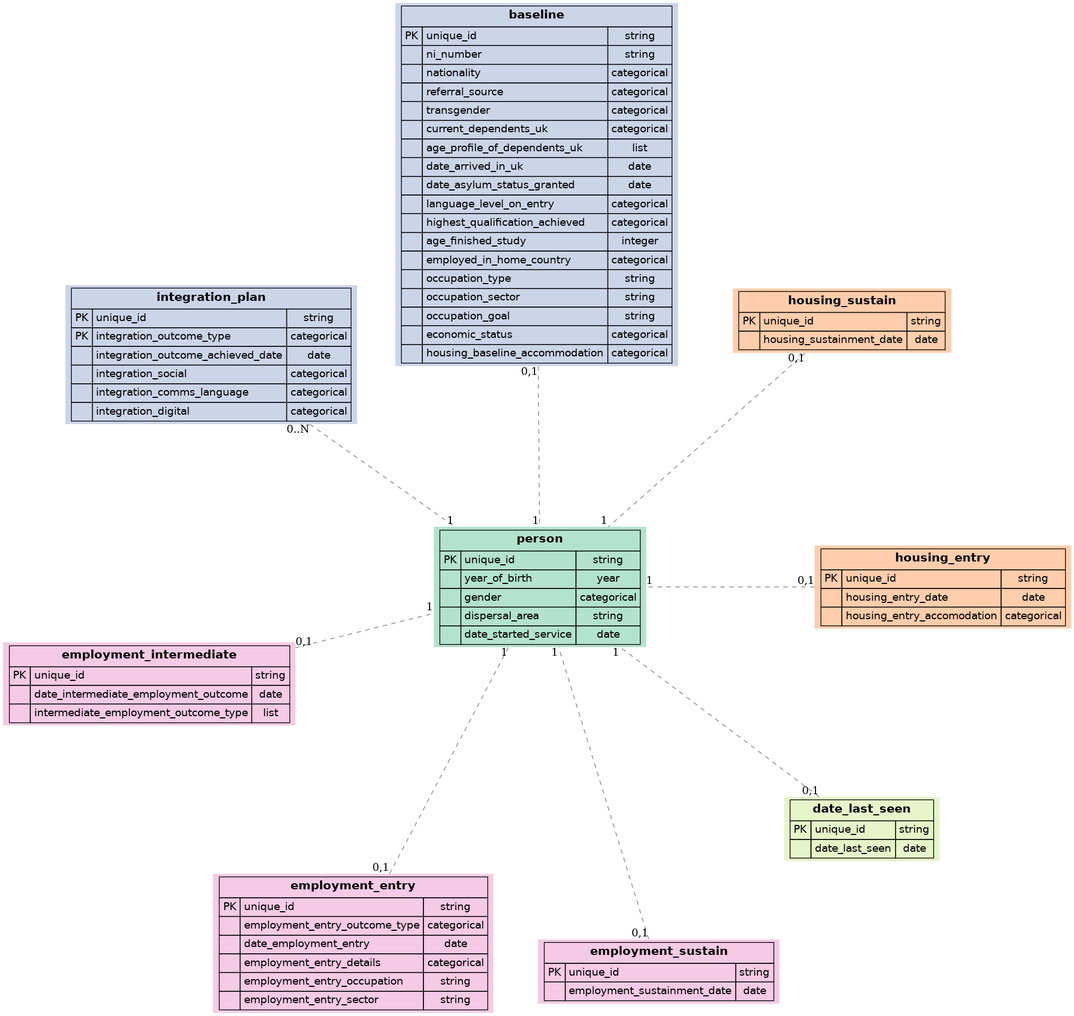
Earlier version of the Graphviz export assets/spec/record-relationships.png (SocialFinanceDigitalLabs/RTOF-specification). Its source is kept beside it as assets/spec/record-relationships.dot. Its diagram source:
```dot
graph {
    graph [rankdir=RL];
    node [label="\N",
        shape=plaintext
    ];
    edge [color=gray50,
        minlen=2,
        style=dashed
    ];



"person" [id="person", fillcolor="#b3e2cd", style="filled", label=<<FONT FACE="Helvetica">
    <TABLE BORDER="0" CELLBORDER="1" CELLPADDING="4" CELLSPACING="0">
        <TR>
            <TD COLSPAN="3"><B><FONT POINT-SIZE="16">person</FONT></B></TD>
        </TR>

        <TR>
            <TD>PK</TD>
            <TD ALIGN="LEFT">unique_id</TD>
            <TD ALIGN="CENTER">string</TD>
        </TR>
        <TR>
            <TD></TD>
            <TD ALIGN="LEFT">year_of_birth</TD>
            <TD ALIGN="CENTER">year</TD>
        </TR>
        <TR>
            <TD></TD>
            <TD ALIGN="LEFT">gender</TD>
            <TD ALIGN="CENTER">categorical</TD>
        </TR>
        <TR>
            <TD></TD>
            <TD ALIGN="LEFT">dispersal_area</TD>
            <TD ALIGN="CENTER">string</TD>
        </TR>
        <TR>
            <TD></TD>
            <TD ALIGN="LEFT">date_started_service</TD>
            <TD ALIGN="CENTER">date</TD>
        </TR>
    </TABLE>
</FONT>>];


"housing_entry" [id="housing_entry", fillcolor="#fdcdac", style="filled", label=<<FONT FACE="Helvetica">
    <TABLE BORDER="0" CELLBORDER="1" CELLPADDING="4" CELLSPACING="0">
        <TR>
            <TD COLSPAN="3"><B><FONT POINT-SIZE="16">housing_entry</FONT></B></TD>
        </TR>

        <TR>
            <TD>PK</TD>
            <TD ALIGN="LEFT">unique_id</TD>
            <TD ALIGN="CENTER">string</TD>
        </TR>
        <TR>
            <TD></TD>
            <TD ALIGN="LEFT">housing_entry_date</TD>
            <TD ALIGN="CENTER">date</TD>
        </TR>
        <TR>
            <TD></TD>
            <TD ALIGN="LEFT">housing_entry_accomodation</TD>
            <TD ALIGN="CENTER">categorical</TD>
        </TR>
    </TABLE>
</FONT>>];


"housing_sustain" [id="housing_sustain", fillcolor="#fdcdac", style="filled", label=<<FONT FACE="Helvetica">
    <TABLE BORDER="0" CELLBORDER="1" CELLPADDING="4" CELLSPACING="0">
        <TR>
            <TD COLSPAN="3"><B><FONT POINT-SIZE="16">housing_sustain</FONT></B></TD>
        </TR>

        <TR>
            <TD>PK</TD>
            <TD ALIGN="LEFT">unique_id</TD>
            <TD ALIGN="CENTER">string</TD>
        </TR>
        <TR>
            <TD></TD>
            <TD ALIGN="LEFT">housing_sustainment_date</TD>
            <TD ALIGN="CENTER">date</TD>
        </TR>
    </TABLE>
</FONT>>];


"baseline" [id="baseline", fillcolor="#cbd5e8", style="filled", label=<<FONT FACE="Helvetica">
    <TABLE BORDER="0" CELLBORDER="1" CELLPADDING="4" CELLSPACING="0">
        <TR>
            <TD COLSPAN="3"><B><FONT POINT-SIZE="16">baseline</FONT></B></TD>
        </TR>

        <TR>
            <TD>PK</TD>
            <TD ALIGN="LEFT">unique_id</TD>
            <TD ALIGN="CENTER">string</TD>
        </TR>
        <TR>
            <TD></TD>
            <TD ALIGN="LEFT">ni_number</TD>
            <TD ALIGN="CENTER">string</TD>
        </TR>
        <TR>
            <TD></TD>
            <TD ALIGN="LEFT">nationality</TD>
            <TD ALIGN="CENTER">categorical</TD>
        </TR>
        <TR>
            <TD></TD>
            <TD ALIGN="LEFT">referral_source</TD>
            <TD ALIGN="CENTER">categorical</TD>
        </TR>
        <TR>
            <TD></TD>
            <TD ALIGN="LEFT">transgender</TD>
            <TD ALIGN="CENTER">categorical</TD>
        </TR>
        <TR>
            <TD></TD>
            <TD ALIGN="LEFT">current_dependents_uk</TD>
            <TD ALIGN="CENTER">categorical</TD>
        </TR>
        <TR>
            <TD></TD>
            <TD ALIGN="LEFT">age_profile_of_dependents_uk</TD>
            <TD ALIGN="CENTER">list</TD>
        </TR>
        <TR>
            <TD></TD>
            <TD ALIGN="LEFT">date_arrived_in_uk</TD>
            <TD ALIGN="CENTER">date</TD>
        </TR>
        <TR>
            <TD></TD>
            <TD ALIGN="LEFT">date_asylum_status_granted</TD>
            <TD ALIGN="CENTER">date</TD>
        </TR>
        <TR>
            <TD></TD>
            <TD ALIGN="LEFT">language_level_on_entry</TD>
            <TD ALIGN="CENTER">categorical</TD>
        </TR>
        <TR>
            <TD></TD>
            <TD ALIGN="LEFT">highest_qualification_achieved</TD>
            <TD ALIGN="CENTER">categorical</TD>
        </TR>
        <TR>
            <TD></TD>
            <TD ALIGN="LEFT">age_finished_study</TD>
            <TD ALIGN="CENTER">integer</TD>
        </TR>
        <TR>
            <TD></TD>
            <TD ALIGN="LEFT">employed_in_home_country</TD>
            <TD ALIGN="CENTER">categorical</TD>
        </TR>
        <TR>
            <TD></TD>
            <TD ALIGN="LEFT">occupation_type</TD>
            <TD ALIGN="CENTER">string</TD>
        </TR>
        <TR>
            <TD></TD>
            <TD ALIGN="LEFT">occupation_sector</TD>
            <TD ALIGN="CENTER">string</TD>
        </TR>
        <TR>
            <TD></TD>
            <TD ALIGN="LEFT">occupation_goal</TD>
            <TD ALIGN="CENTER">string</TD>
        </TR>
        <TR>
            <TD></TD>
            <TD ALIGN="LEFT">economic_status</TD>
            <TD ALIGN="CENTER">categorical</TD>
        </TR>
        <TR>
            <TD></TD>
            <TD ALIGN="LEFT">housing_baseline_accommodation</TD>
            <TD ALIGN="CENTER">categorical</TD>
        </TR>
    </TABLE>
</FONT>>];


"integration_plan" [id="integration_plan", fillcolor="#cbd5e8", style="filled", label=<<FONT FACE="Helvetica">
    <TABLE BORDER="0" CELLBORDER="1" CELLPADDING="4" CELLSPACING="0">
        <TR>
            <TD COLSPAN="3"><B><FONT POINT-SIZE="16">integration_plan</FONT></B></TD>
        </TR>

        <TR>
            <TD>PK</TD>
            <TD ALIGN="LEFT">unique_id</TD>
            <TD ALIGN="CENTER">string</TD>
        </TR>
        <TR>
            <TD>PK</TD>
            <TD ALIGN="LEFT">integration_outcome_type</TD>
            <TD ALIGN="CENTER">categorical</TD>
        </TR>
        <TR>
            <TD></TD>
            <TD ALIGN="LEFT">integration_outcome_achieved_date</TD>
            <TD ALIGN="CENTER">date</TD>
        </TR>
        <TR>
            <TD></TD>
            <TD ALIGN="LEFT">integration_social</TD>
            <TD ALIGN="CENTER">categorical</TD>
        </TR>
        <TR>
            <TD></TD>
            <TD ALIGN="LEFT">integration_comms_language</TD>
            <TD ALIGN="CENTER">categorical</TD>
        </TR>
        <TR>
            <TD></TD>
            <TD ALIGN="LEFT">integration_digital</TD>
            <TD ALIGN="CENTER">categorical</TD>
        </TR>
    </TABLE>
</FONT>>];


"employment_intermediate" [id="employment_intermediate", fillcolor="#f4cae4", style="filled", label=<<FONT FACE="Helvetica">
    <TABLE BORDER="0" CELLBORDER="1" CELLPADDING="4" CELLSPACING="0">
        <TR>
            <TD COLSPAN="3"><B><FONT POINT-SIZE="16">employment_intermediate</FONT></B></TD>
        </TR>

        <TR>
            <TD>PK</TD>
            <TD ALIGN="LEFT">unique_id</TD>
            <TD ALIGN="CENTER">string</TD>
        </TR>
        <TR>
            <TD></TD>
            <TD ALIGN="LEFT">date_intermediate_employment_outcome</TD>
            <TD ALIGN="CENTER">date</TD>
        </TR>
        <TR>
            <TD></TD>
            <TD ALIGN="LEFT">intermediate_employment_outcome_type</TD>
            <TD ALIGN="CENTER">list</TD>
        </TR>
    </TABLE>
</FONT>>];


"employment_entry" [id="employment_entry", fillcolor="#f4cae4", style="filled", label=<<FONT FACE="Helvetica">
    <TABLE BORDER="0" CELLBORDER="1" CELLPADDING="4" CELLSPACING="0">
        <TR>
            <TD COLSPAN="3"><B><FONT POINT-SIZE="16">employment_entry</FONT></B></TD>
        </TR>

        <TR>
            <TD>PK</TD>
            <TD ALIGN="LEFT">unique_id</TD>
            <TD ALIGN="CENTER">string</TD>
        </TR>
        <TR>
            <TD></TD>
            <TD ALIGN="LEFT">employment_entry_outcome_type</TD>
            <TD ALIGN="CENTER">categorical</TD>
        </TR>
        <TR>
            <TD></TD>
            <TD ALIGN="LEFT">date_employment_entry</TD>
            <TD ALIGN="CENTER">date</TD>
        </TR>
        <TR>
            <TD></TD>
            <TD ALIGN="LEFT">employment_entry_details</TD>
            <TD ALIGN="CENTER">categorical</TD>
        </TR>
        <TR>
            <TD></TD>
            <TD ALIGN="LEFT">employment_entry_occupation</TD>
            <TD ALIGN="CENTER">string</TD>
        </TR>
        <TR>
            <TD></TD>
            <TD ALIGN="LEFT">employment_entry_sector</TD>
            <TD ALIGN="CENTER">string</TD>
        </TR>
    </TABLE>
</FONT>>];


"employment_sustain" [id="employment_sustain", fillcolor="#f4cae4", style="filled", label=<<FONT FACE="Helvetica">
    <TABLE BORDER="0" CELLBORDER="1" CELLPADDING="4" CELLSPACING="0">
        <TR>
            <TD COLSPAN="3"><B><FONT POINT-SIZE="16">employment_sustain</FONT></B></TD>
        </TR>

        <TR>
            <TD>PK</TD>
            <TD ALIGN="LEFT">unique_id</TD>
            <TD ALIGN="CENTER">string</TD>
        </TR>
        <TR>
            <TD></TD>
            <TD ALIGN="LEFT">employment_sustainment_date</TD>
            <TD ALIGN="CENTER">date</TD>
        </TR>
    </TABLE>
</FONT>>];


"date_last_seen" [id="date_last_seen", fillcolor="#e6f5c9", style="filled", label=<<FONT FACE="Helvetica">
    <TABLE BORDER="0" CELLBORDER="1" CELLPADDING="4" CELLSPACING="0">
        <TR>
            <TD COLSPAN="3"><B><FONT POINT-SIZE="16">date_last_seen</FONT></B></TD>
        </TR>

        <TR>
            <TD>PK</TD>
            <TD ALIGN="LEFT">unique_id</TD>
            <TD ALIGN="CENTER">string</TD>
        </TR>
        <TR>
            <TD></TD>
            <TD ALIGN="LEFT">date_last_seen</TD>
            <TD ALIGN="CENTER">date</TD>
        </TR>
    </TABLE>
</FONT>>];



"housing_entry" -- "person" [taillabel="0,1", headlabel="1", id="housing_entry--person"];

"baseline" -- "person" [taillabel="0,1", headlabel="1", id="baseline--person"];

"employment_intermediate" -- "person" [taillabel="0,1", headlabel="1", id="employment_intermediate--person"];

"employment_sustain" -- "person" [taillabel="0,1", headlabel="1", id="employment_sustain--person"];

"housing_sustain" -- "person" [taillabel="0,1", headlabel="1", id="housing_sustain--person"];

"integration_plan" -- "person" [taillabel="0..N", headlabel="1", id="integration_plan--person"];

"employment_entry" -- "person" [taillabel="0,1", headlabel="1", id="employment_entry--person"];

"date_last_seen" -- "person" [taillabel="0,1", headlabel="1", id="date_last_seen--person"];


}
```
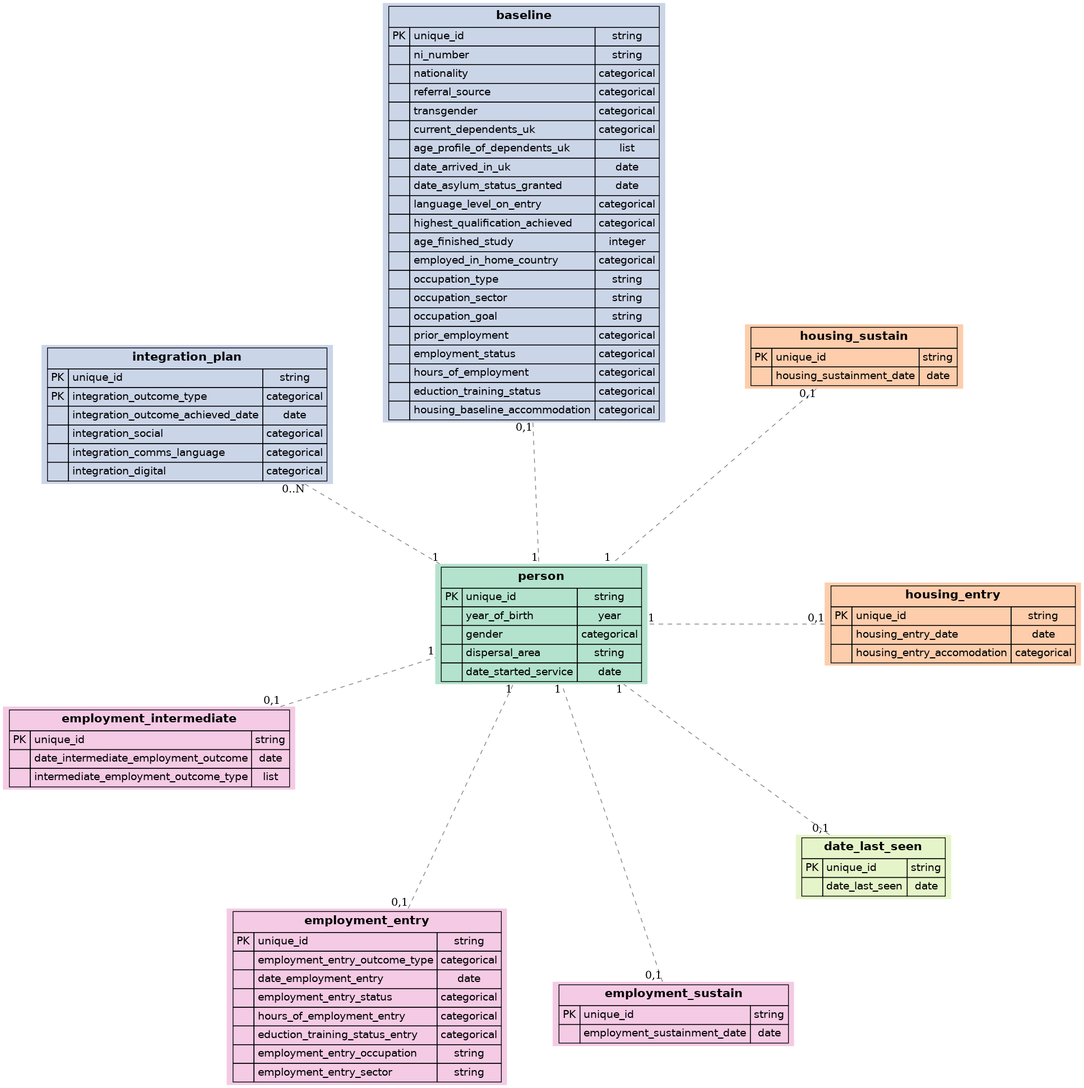
The same file after the commit.

Change to the diagram source:
```diff
@@ -178,7 +178,22 @@
         </TR>
         <TR>
             <TD></TD>
-            <TD ALIGN="LEFT">economic_status</TD>
+            <TD ALIGN="LEFT">prior_employment</TD>
+            <TD ALIGN="CENTER">categorical</TD>
+        </TR>
+        <TR>
+            <TD></TD>
+            <TD ALIGN="LEFT">employment_status</TD>
+            <TD ALIGN="CENTER">categorical</TD>
+        </TR>
+        <TR>
+            <TD></TD>
+            <TD ALIGN="LEFT">hours_of_employment</TD>
+            <TD ALIGN="CENTER">categorical</TD>
+        </TR>
+        <TR>
+            <TD></TD>
+            <TD ALIGN="LEFT">eduction_training_status</TD>
             <TD ALIGN="CENTER">categorical</TD>
         </TR>
         <TR>
@@ -278,7 +293,17 @@
         </TR>
         <TR>
             <TD></TD>
-            <TD ALIGN="LEFT">employment_entry_details</TD>
+            <TD ALIGN="LEFT">employment_entry_status</TD>
+            <TD ALIGN="CENTER">categorical</TD>
+        </TR>
+        <TR>
+            <TD></TD>
+            <TD ALIGN="LEFT">hours_of_employment_entry</TD>
+            <TD ALIGN="CENTER">categorical</TD>
+        </TR>
+        <TR>
+            <TD></TD>
+            <TD ALIGN="LEFT">eduction_training_status_entry</TD>
             <TD ALIGN="CENTER">categorical</TD>
         </TR>
         <TR>
```
